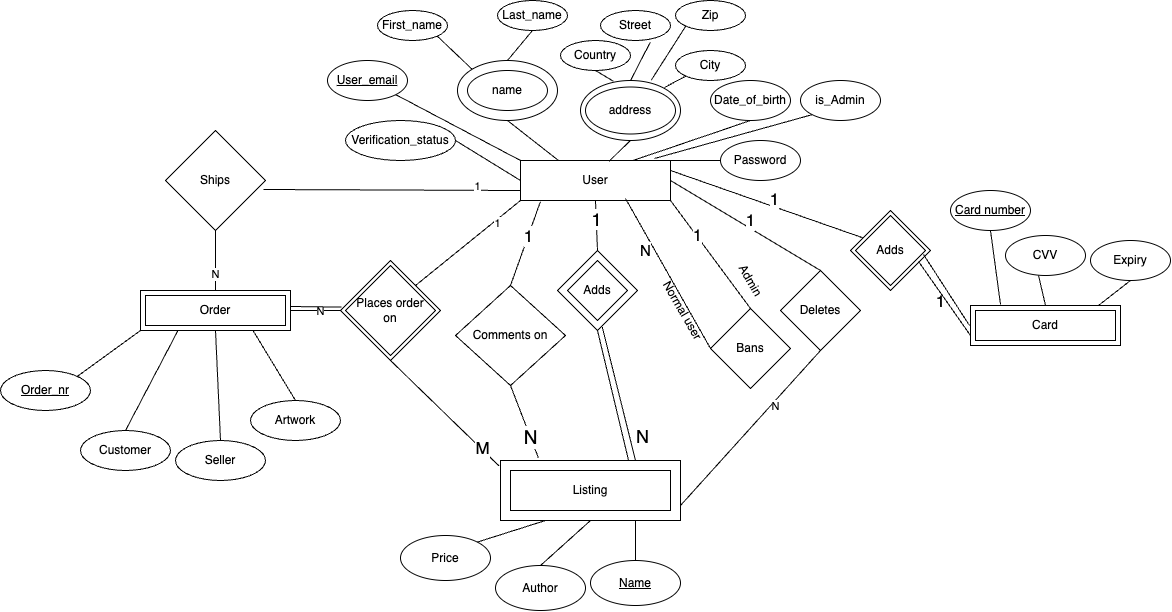
Earlier version of the draw.io export images/ERdiagram.png (kaisaarumeel/ArtZone). Source tidied: cells renumbered, new cells last; positions are measured from the earlier drawing's top-left corner, leaving out a move shared by most shapes.
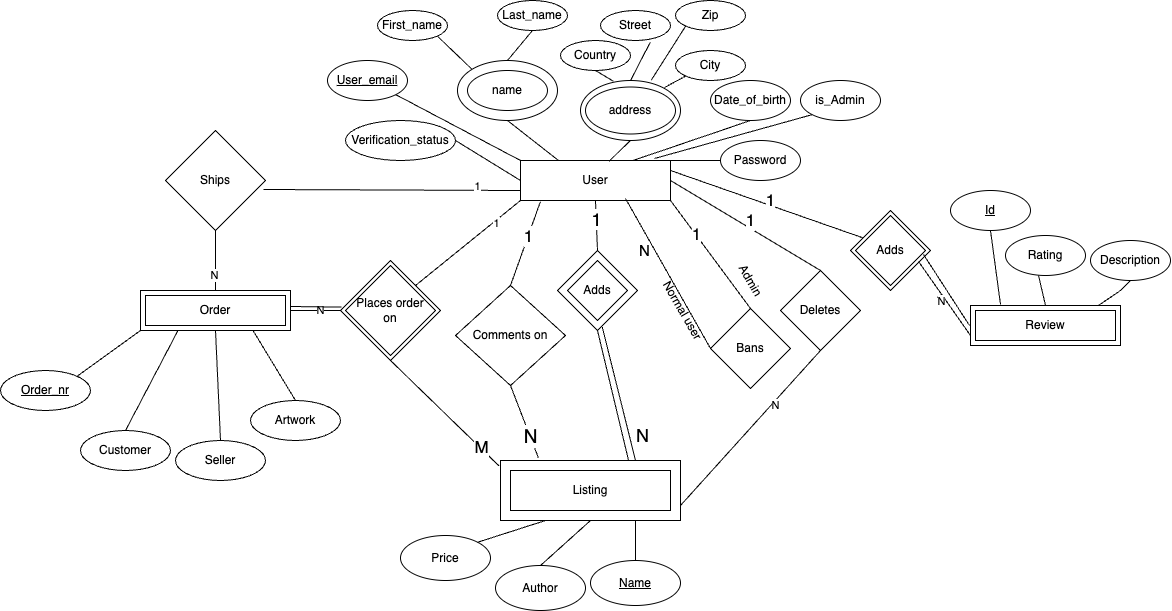
Above is the later version.

The edit, as a diff of the source:
```diff
@@ -237,23 +237,27 @@
     <mxCell id="76" value="Card" style="rounded=0;whiteSpace=wrap;html=1;" parent="1" vertex="1">
       <mxGeometry x="970" y="305" width="150" height="40" as="geometry" />
     </mxCell>
-    <mxCell id="77" value="Card" style="rounded=0;whiteSpace=wrap;html=1;" parent="1" vertex="1">
+    <mxCell id="77" value="Review" style="rounded=0;whiteSpace=wrap;html=1;" parent="1" vertex="1">
       <mxGeometry x="975" y="310" width="140" height="30" as="geometry" />
     </mxCell>
-    <mxCell id="78" value="&lt;u&gt;Card number&lt;/u&gt;" style="ellipse;whiteSpace=wrap;html=1;" parent="1" vertex="1">
+    <mxCell id="78" value="&lt;u&gt;Id&lt;/u&gt;" style="ellipse;whiteSpace=wrap;html=1;" parent="1" vertex="1">
       <mxGeometry x="950" y="190" width="80" height="40" as="geometry" />
     </mxCell>
-    <mxCell id="79" value="Expiry" style="ellipse;whiteSpace=wrap;html=1;" parent="1" vertex="1">
+    <mxCell id="79" value="Description" style="ellipse;whiteSpace=wrap;html=1;" parent="1" vertex="1">
       <mxGeometry x="1090" y="240" width="80" height="40" as="geometry" />
     </mxCell>
-    <mxCell id="80" value="CVV" style="ellipse;whiteSpace=wrap;html=1;" parent="1" vertex="1">
+    <mxCell id="80" value="Rating" style="ellipse;whiteSpace=wrap;html=1;" parent="1" vertex="1">
       <mxGeometry x="1005" y="235" width="80" height="40" as="geometry" />
     </mxCell>
     <mxCell id="81" style="endArrow=none;html=1;rounded=0;entryX=0.5;entryY=1;entryDx=0;entryDy=0;exitX=0.2;exitY=-0.025;exitDx=0;exitDy=0;exitPerimeter=0;" parent="1" edge="1" source="76" target="78">
       <mxGeometry relative="1" as="geometry" />
     </mxCell>
     <mxCell id="82" style="endArrow=none;html=1;rounded=0;entryX=0.5;entryY=1;entryDx=0;entryDy=0;exitX=0.853;exitY=0;exitDx=0;exitDy=0;exitPerimeter=0;" parent="1" edge="1" source="76" target="79">
-      <mxGeometry relative="1" as="geometry" />
+      <mxGeometry relative="1" as="geometry">
+        <Array as="points">
+          <mxPoint x="1120" y="290" />
+        </Array>
+      </mxGeometry>
     </mxCell>
     <mxCell id="83" style="endArrow=none;html=1;rounded=0;entryX=0.413;entryY=1;entryDx=0;entryDy=0;exitX=0.5;exitY=0;exitDx=0;exitDy=0;entryPerimeter=0;" parent="1" edge="1" source="76" target="80">
       <mxGeometry relative="1" as="geometry" />
@@ -265,7 +269,7 @@
       <mxGeometry x="637" y="295" width="90" height="30" as="geometry" />
     </mxCell>
     <mxCell id="86" value="&lt;font style=&quot;font-size: 17px;&quot;&gt;1&lt;/font&gt;" style="endArrow=none;html=1;rounded=0;entryX=1;entryY=0.25;entryDx=0;entryDy=0;" parent="1" edge="1" target="3">
-      <mxGeometry x="-0.02" y="-7" relative="1" as="geometry">
+      <mxGeometry x="0.02" y="-5" relative="1" as="geometry">
         <mxPoint x="870" y="240" as="sourcePoint" />
       </mxGeometry>
     </mxCell>
@@ -278,6 +282,9 @@
     <mxCell id="89" style="endArrow=none;html=1;rounded=0;entryX=0.363;entryY=0.85;entryDx=0;entryDy=0;exitX=0;exitY=0.75;exitDx=0;exitDy=0;entryPerimeter=0;" parent="1" edge="1" source="76" target="87">
       <mxGeometry x="-0.02" y="-7" relative="1" as="geometry" />
     </mxCell>
+    <mxCell id="101" value="N" style="edgeLabel;html=1;align=center;verticalAlign=middle;" parent="89" vertex="1">
+      <mxGeometry x="0.01" y="4" relative="1" as="geometry" />
+    </mxCell>
     <mxCell id="90" value="Adds" style="rhombus;whiteSpace=wrap;html=1;direction=north;" parent="1" vertex="1">
       <mxGeometry x="855" y="215" width="70" height="70" as="geometry" />
     </mxCell>
```
